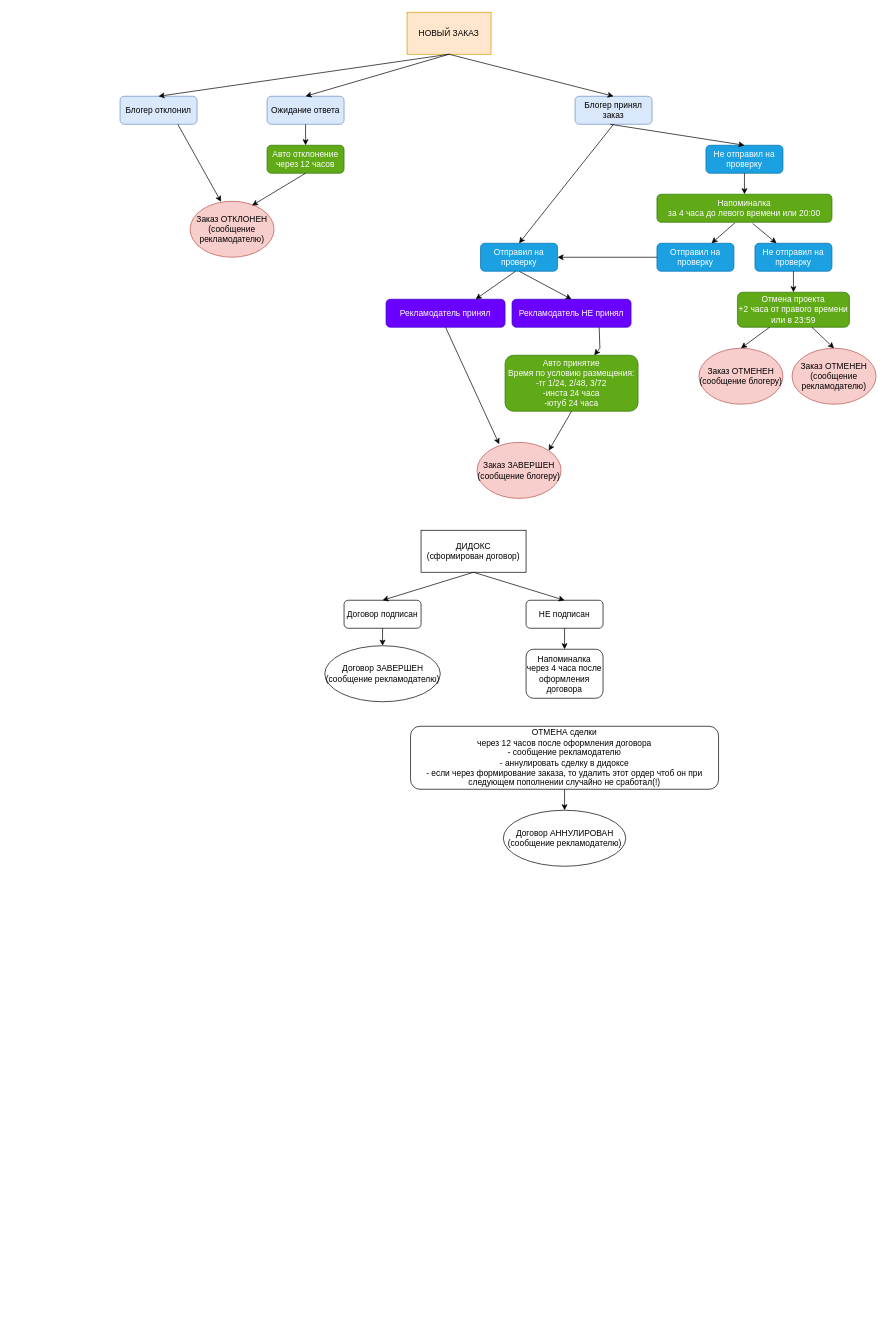
This is Диаграмма без названия.drawio from KmvRoman/Diagrams, a draw.io file, before an edit. Source tidied: cells renumbered, new cells numbered last; positions are measured from the earlier drawing's top-left corner, leaving out a move shared by most shapes. Both pictures are drawn from the tidied source at 70%, with x=0, y=0 at pixel (120, 12).
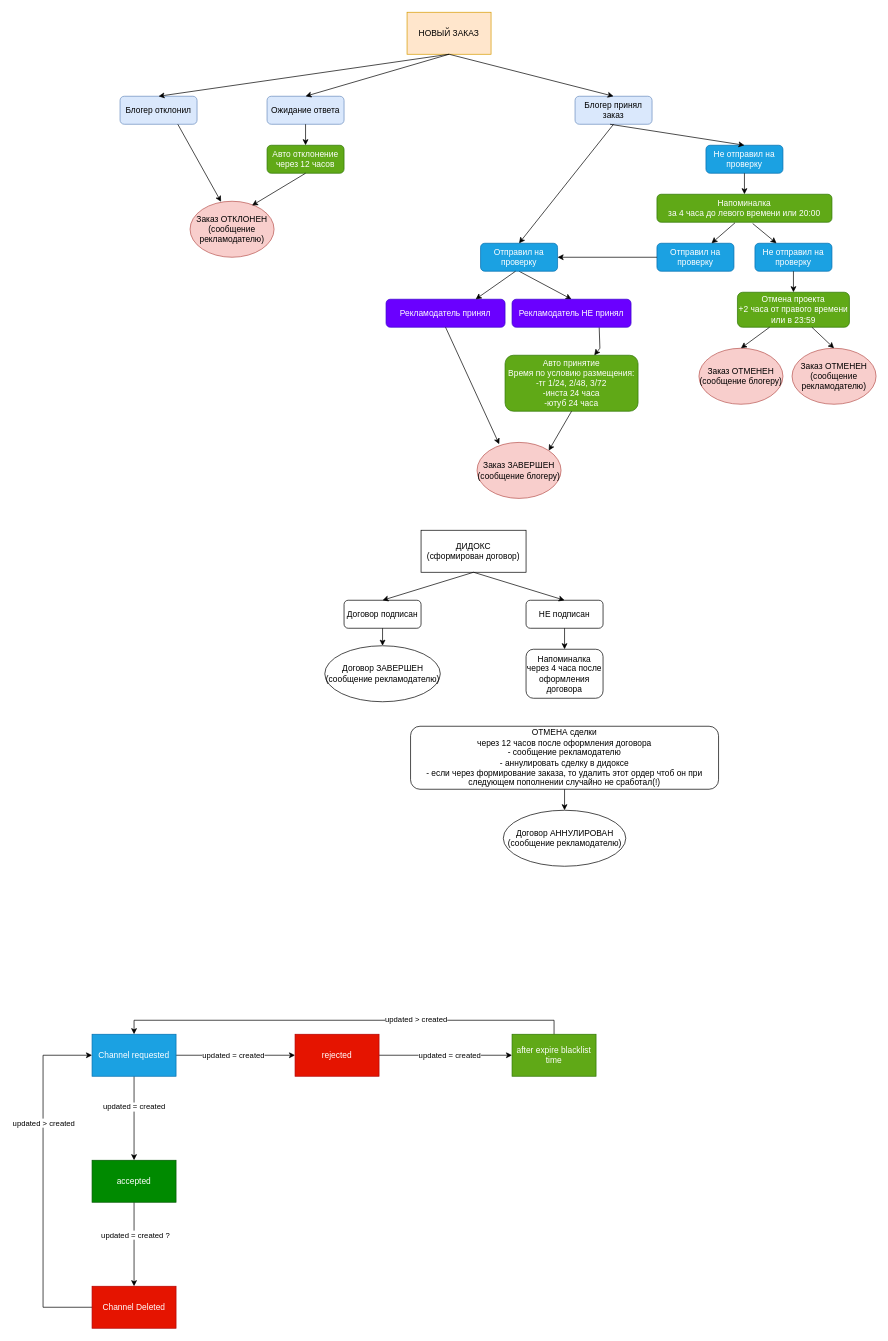
The same diagram, later.

The edit, as a diff of the source:
```diff
@@
+    <mxCell id="52" style="edgeStyle=orthogonalEdgeStyle;rounded=0;jettySize=auto;html=1;entryX=0.5;entryY=0;entryDx=0;entryDy=0;" parent="1" edge="1" source="56" target="59">
+      <mxGeometry relative="1" as="geometry" />
+    </mxCell>
+    <mxCell id="53" value="updated = created" style="edgeLabel;html=1;align=center;verticalAlign=middle;" parent="52" vertex="1">
+      <mxGeometry x="-0.29" y="-1" relative="1" as="geometry" />
+    </mxCell>
+    <mxCell id="54" style="edgeStyle=orthogonalEdgeStyle;rounded=0;jettySize=auto;html=1;entryX=0;entryY=0.5;entryDx=0;entryDy=0;" parent="1" edge="1" source="56" target="62">
+      <mxGeometry relative="1" as="geometry">
+        <Array as="points">
+          <mxPoint x="120" y="1490" />
+          <mxPoint x="120" y="1490" />
+        </Array>
+      </mxGeometry>
+    </mxCell>
+    <mxCell id="55" value="updated = created" style="edgeLabel;html=1;align=center;verticalAlign=middle;" parent="54" vertex="1">
+      <mxGeometry x="0.69" y="1" relative="1" as="geometry">
+        <mxPoint x="-63" y="1" as="offset" />
+      </mxGeometry>
+    </mxCell>
+    <mxCell id="56" value="Channel requested" style="rounded=0;whiteSpace=wrap;html=1;fillColor=#1ba1e2;fontColor=#ffffff;strokeColor=#006EAF;" parent="1" vertex="1">
+      <mxGeometry x="-40" y="1460" width="120" height="60" as="geometry" />
+    </mxCell>
+    <mxCell id="57" style="edgeStyle=orthogonalEdgeStyle;rounded=0;jettySize=auto;html=1;entryX=0.5;entryY=0;entryDx=0;entryDy=0;" parent="1" edge="1" source="59" target="65">
+      <mxGeometry relative="1" as="geometry" />
+    </mxCell>
+    <mxCell id="58" value="updated = created ?" style="edgeLabel;html=1;align=center;verticalAlign=middle;" parent="57" vertex="1">
+      <mxGeometry x="-0.23" y="1" relative="1" as="geometry" />
+    </mxCell>
+    <mxCell id="59" value="accepted" style="rounded=0;whiteSpace=wrap;html=1;fillColor=#008a00;fontColor=#ffffff;strokeColor=#005700;" parent="1" vertex="1">
+      <mxGeometry x="-40" y="1640" width="120" height="60" as="geometry" />
+    </mxCell>
+    <mxCell id="60" style="edgeStyle=orthogonalEdgeStyle;rounded=0;jettySize=auto;html=1;entryX=0;entryY=0.5;entryDx=0;entryDy=0;" parent="1" edge="1" source="62" target="68">
+      <mxGeometry relative="1" as="geometry">
+        <Array as="points">
+          <mxPoint x="460" y="1490" />
+          <mxPoint x="460" y="1490" />
+        </Array>
+      </mxGeometry>
+    </mxCell>
+    <mxCell id="61" value="updated = created" style="edgeLabel;html=1;align=center;verticalAlign=middle;" parent="60" vertex="1">
+      <mxGeometry x="0.13" y="2" relative="1" as="geometry">
+        <mxPoint x="-7" y="2" as="offset" />
+      </mxGeometry>
+    </mxCell>
+    <mxCell id="62" value="rejected" style="rounded=0;whiteSpace=wrap;html=1;fillColor=#e51400;strokeColor=#B20000;fontColor=#ffffff;" parent="1" vertex="1">
+      <mxGeometry x="250" y="1460" width="120" height="60" as="geometry" />
+    </mxCell>
+    <mxCell id="63" style="edgeStyle=orthogonalEdgeStyle;rounded=0;orthogonalLoop=1;jettySize=auto;html=1;entryX=0;entryY=0.5;entryDx=0;entryDy=0;exitX=0;exitY=0.5;exitDx=0;exitDy=0;" parent="1" edge="1">
+      <mxGeometry relative="1" as="geometry">
+        <mxPoint x="-40" y="1850" as="sourcePoint" />
+        <mxPoint x="-40" y="1490" as="targetPoint" />
+        <Array as="points">
+          <mxPoint x="-110" y="1850" />
+          <mxPoint x="-110" y="1490" />
+        </Array>
+      </mxGeometry>
+    </mxCell>
+    <mxCell id="64" value="updated &amp;gt; created" style="edgeLabel;html=1;align=center;verticalAlign=middle;" parent="63" vertex="1">
+      <mxGeometry x="0.27" y="2" relative="1" as="geometry">
+        <mxPoint x="2" y="-16" as="offset" />
+      </mxGeometry>
+    </mxCell>
+    <mxCell id="65" value="Channel Deleted" style="rounded=0;whiteSpace=wrap;html=1;fillColor=#e51400;fontColor=#ffffff;strokeColor=#B20000;" parent="1" vertex="1">
+      <mxGeometry x="-40" y="1820" width="120" height="60" as="geometry" />
+    </mxCell>
+    <mxCell id="66" style="edgeStyle=orthogonalEdgeStyle;rounded=0;jettySize=auto;html=1;entryX=0.5;entryY=0;entryDx=0;entryDy=0;exitX=0.5;exitY=0;exitDx=0;exitDy=0;" parent="1" edge="1" source="68" target="56">
+      <mxGeometry relative="1" as="geometry" />
+    </mxCell>
+    <mxCell id="67" value="updated &amp;gt; created" style="edgeLabel;html=1;align=center;verticalAlign=middle;" parent="66" vertex="1">
+      <mxGeometry x="-0.32" y="-2" relative="1" as="geometry" />
+    </mxCell>
+    <mxCell id="68" value="after expire blacklist time" style="rounded=0;whiteSpace=wrap;html=1;fillColor=#60a917;fontColor=#ffffff;strokeColor=#2D7600;" parent="1" vertex="1">
+      <mxGeometry x="560" y="1460" width="120" height="60" as="geometry" />
+    </mxCell>
```
